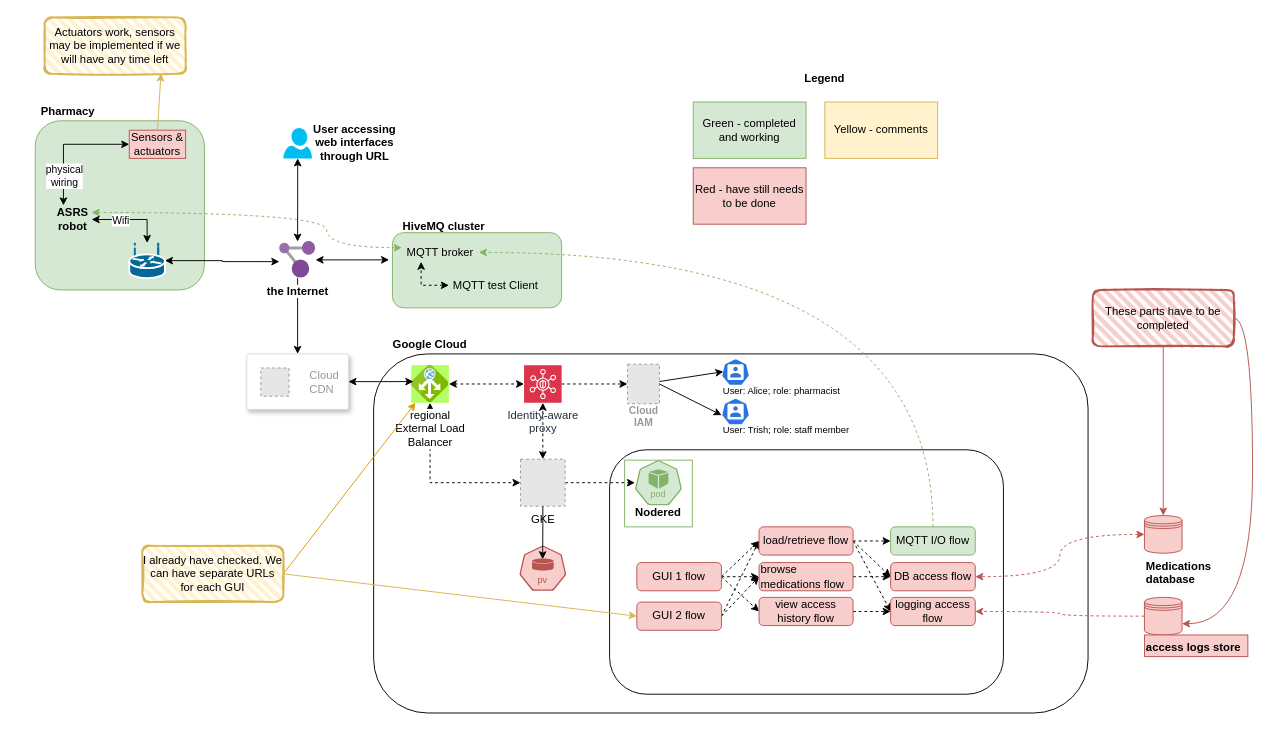
The draw.io diagram planning/CC-ASRS-architecture.drawio in Artyom-kurguzkin/CC-ASRS, before the edit. Source tidied: cells renumbered, new cells numbered last; positions are measured from the earlier drawing's top-left corner, leaving out a move shared by most shapes. Both pictures are drawn from the tidied source at 94%, with x=0, y=0 at pixel (16, 17). Pictures stored in the file or linked from it are replaced by grey dashed boxes.
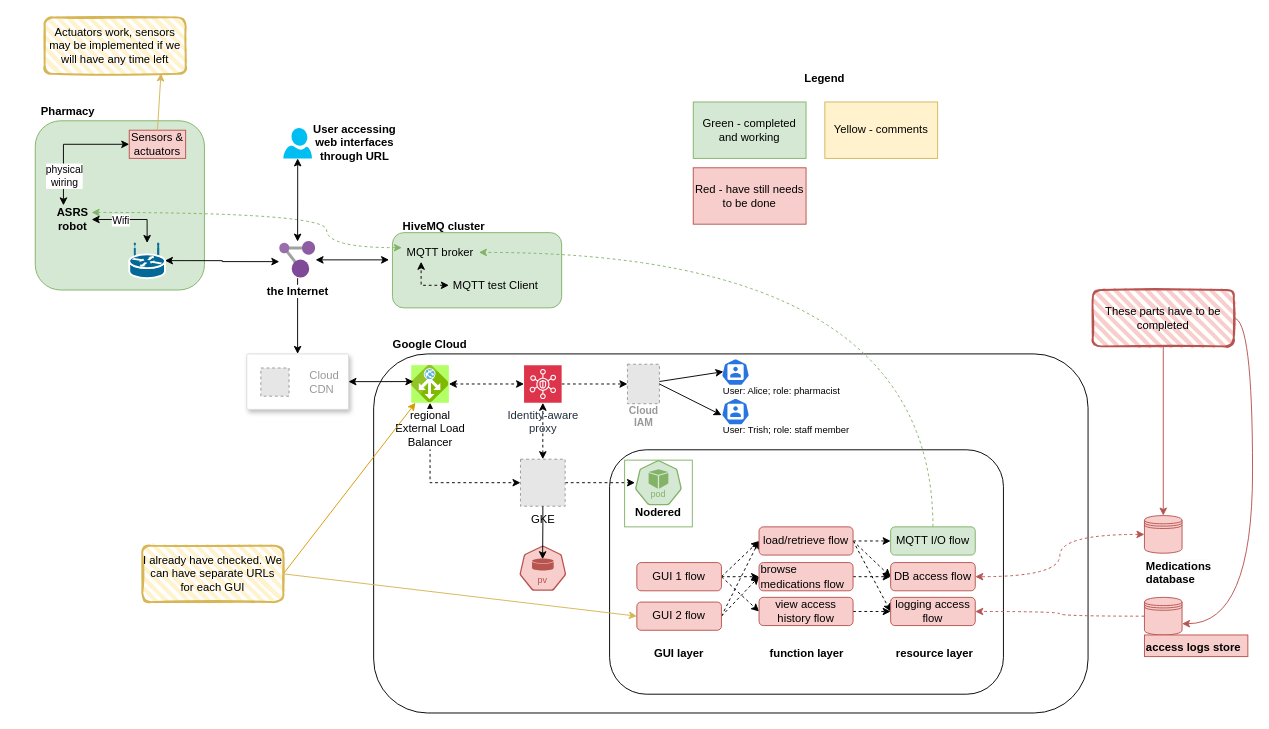
After the change.

The edit, as a diff of the source:
```diff
@@
+    <mxCell id="88" value="GUI layer" style="text;html=1;strokeColor=none;fillColor=none;align=center;verticalAlign=middle;whiteSpace=wrap;rounded=0;fontStyle=1;" parent="1" vertex="1">
+      <mxGeometry x="650" y="662" width="110" height="30" as="geometry" />
+    </mxCell>
+    <mxCell id="89" value="function layer" style="text;html=1;strokeColor=none;fillColor=none;align=center;verticalAlign=middle;whiteSpace=wrap;rounded=0;fontStyle=1;" parent="1" vertex="1">
+      <mxGeometry x="785.5" y="662" width="110" height="30" as="geometry" />
+    </mxCell>
+    <mxCell id="90" value="resource layer" style="text;html=1;strokeColor=none;fillColor=none;align=center;verticalAlign=middle;whiteSpace=wrap;rounded=0;fontStyle=1;" parent="1" vertex="1">
+      <mxGeometry x="922" y="662" width="110" height="30" as="geometry" />
+    </mxCell>
```
